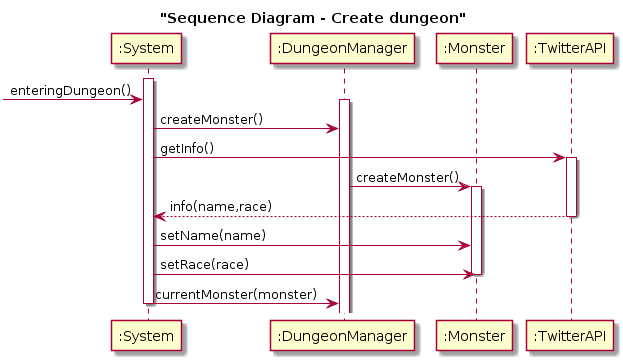
igra13/OOD--PA1435---Igor_Radulovic- keeps this PlantUML diagram as Assignments/Second assignment/System sequence dia/Dungeon/SDCD2.png. Above is the earlier version.
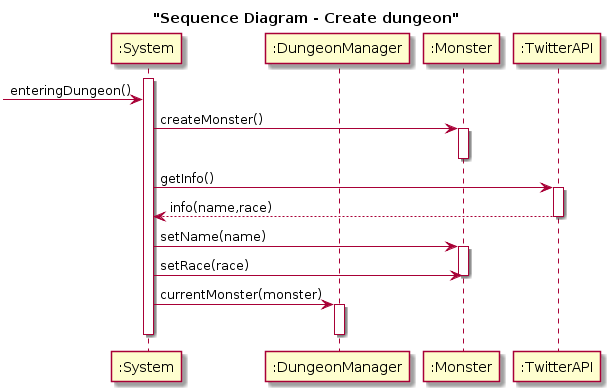
Above is the later version.

Change to the diagram source:
```diff
@@ -12,14 +12,16 @@
 ->s : enteringDungeon()
 
 
-activate dm
-s->dm : createMonster()
+
+s->m : createMonster()
+activate m
+deactivate m
 s->t : getInfo()
 activate t
 
 
-dm->m :createMonster()
-activate m
+
+
 
 
 
@@ -27,11 +29,16 @@
 deactivate t
 
 s->m : setName(name)
+activate m
 s->m : setRace(race)
+deactivate m
 
 
 deactivate m
+
 s->dm :currentMonster(monster)
+activate dm
+deactivate dm
 
 
 
```
